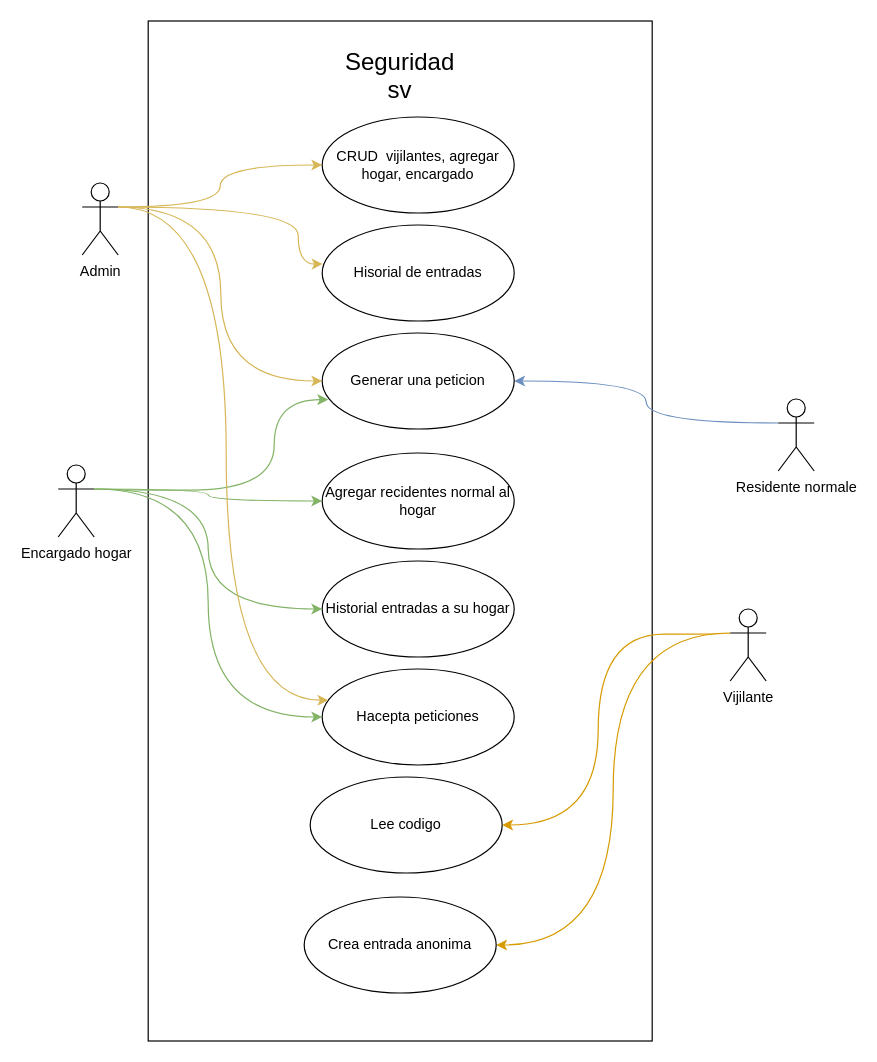
This is Documento/Casos de uso diagrama.drawio from 00005118/seguridad_sv, a draw.io file, before an edit. Source tidied: cells renumbered, new cells numbered last; positions are measured from the earlier drawing's top-left corner, leaving out a move shared by most shapes. Both pictures are drawn from the tidied source at 120%, with x=0, y=0 at pixel (58, 20).
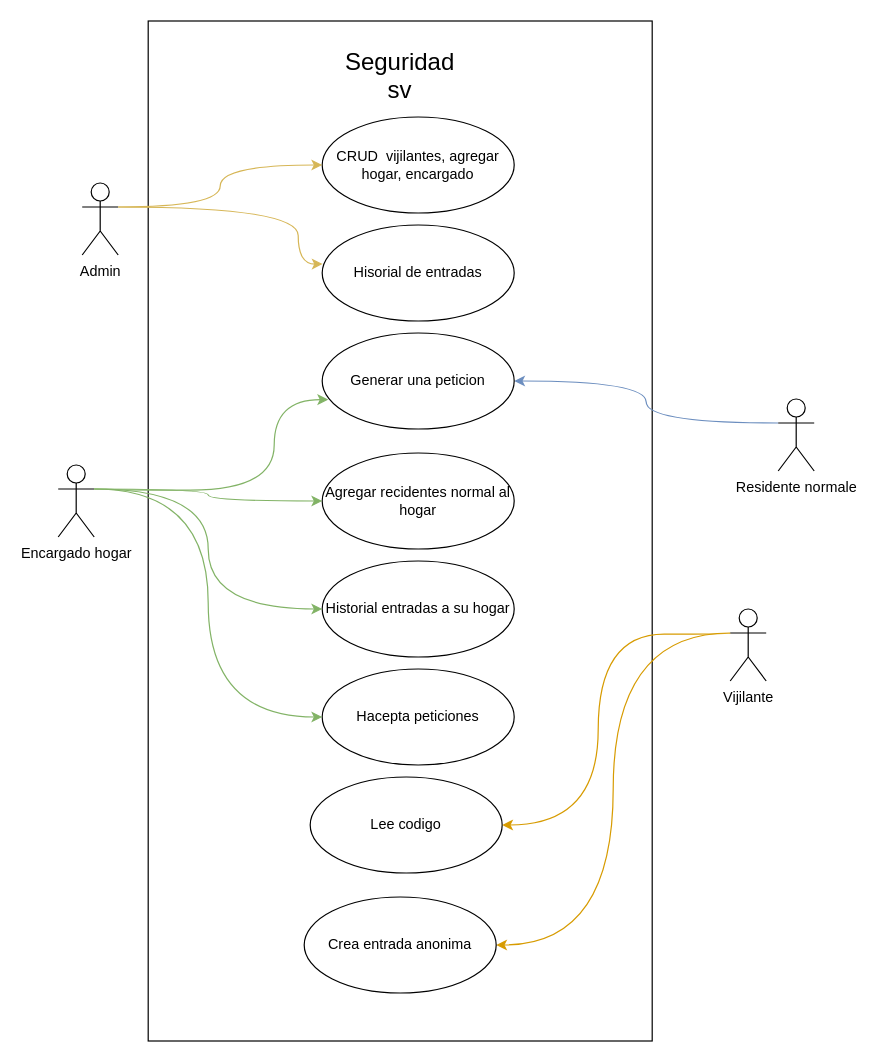
Above is the later version.

Unchanged cells that the change refers to:
```xml
<mxCell id="3" value="Admin" style="shape=umlActor;verticalLabelPosition=bottom;verticalAlign=top;html=1;outlineConnect=0;" parent="1" vertex="1">
  <mxGeometry x="20" y="135" width="30" height="60" as="geometry" />
</mxCell>
<mxCell id="11" value="Generar una peticion" style="ellipse;whiteSpace=wrap;html=1;" parent="1" vertex="1">
  <mxGeometry x="220" y="260" width="160" height="80" as="geometry" />
</mxCell>
<mxCell id="19" value="Hacepta peticiones" style="ellipse;whiteSpace=wrap;html=1;" parent="1" vertex="1">
  <mxGeometry x="220" y="540" width="160" height="80" as="geometry" />
</mxCell>
```

What changed in the source:
```diff
@@
-    <mxCell id="12" style="edgeStyle=orthogonalEdgeStyle;rounded=0;jettySize=auto;html=1;curved=1;fillColor=#fff2cc;strokeColor=#d6b656;entryX=0;entryY=0.5;entryDx=0;entryDy=0;" parent="1" edge="1" target="11">
-      <mxGeometry relative="1" as="geometry">
-        <mxPoint x="50" y="155" as="sourcePoint" />
-      </mxGeometry>
-    </mxCell>
@@
-    <mxCell id="26" style="edgeStyle=orthogonalEdgeStyle;rounded=0;jettySize=auto;html=1;curved=1;fillColor=#fff2cc;strokeColor=#d6b656;entryX=0.032;entryY=0.325;entryDx=0;entryDy=0;exitX=1;exitY=0.3333333333333333;exitDx=0;exitDy=0;exitPerimeter=0;entryPerimeter=0;" parent="1" edge="1" source="3" target="19">
-      <mxGeometry relative="1" as="geometry">
-        <Array as="points">
-          <mxPoint x="140" y="155" />
-          <mxPoint x="140" y="566" />
-        </Array>
-      </mxGeometry>
-    </mxCell>
```
